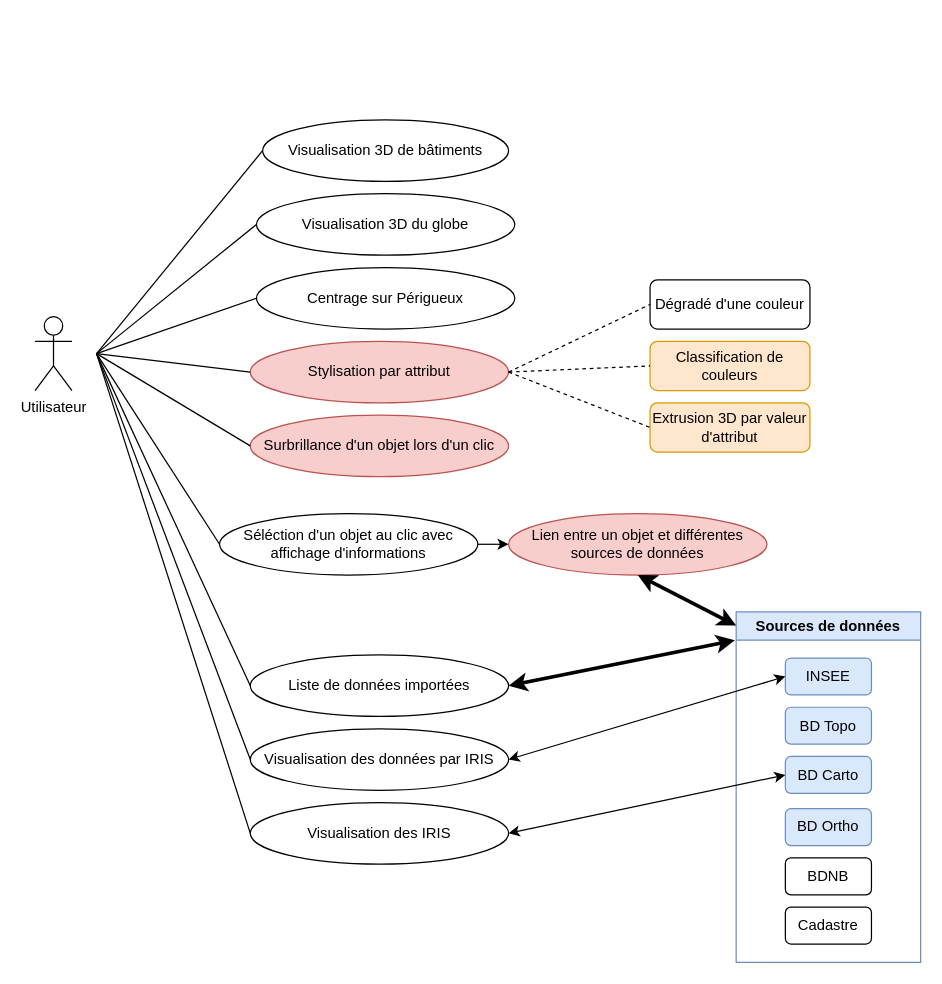
Earlier version of the draw.io diagram Use_case.drawio (EnzoVenon/Gemini_numeriques). Source tidied: cells renumbered, new cells numbered last; positions are measured from the earlier drawing's top-left corner, leaving out a move shared by most shapes. Both pictures are drawn from the tidied source at 123%, with x=0, y=0 at pixel (34, 119).
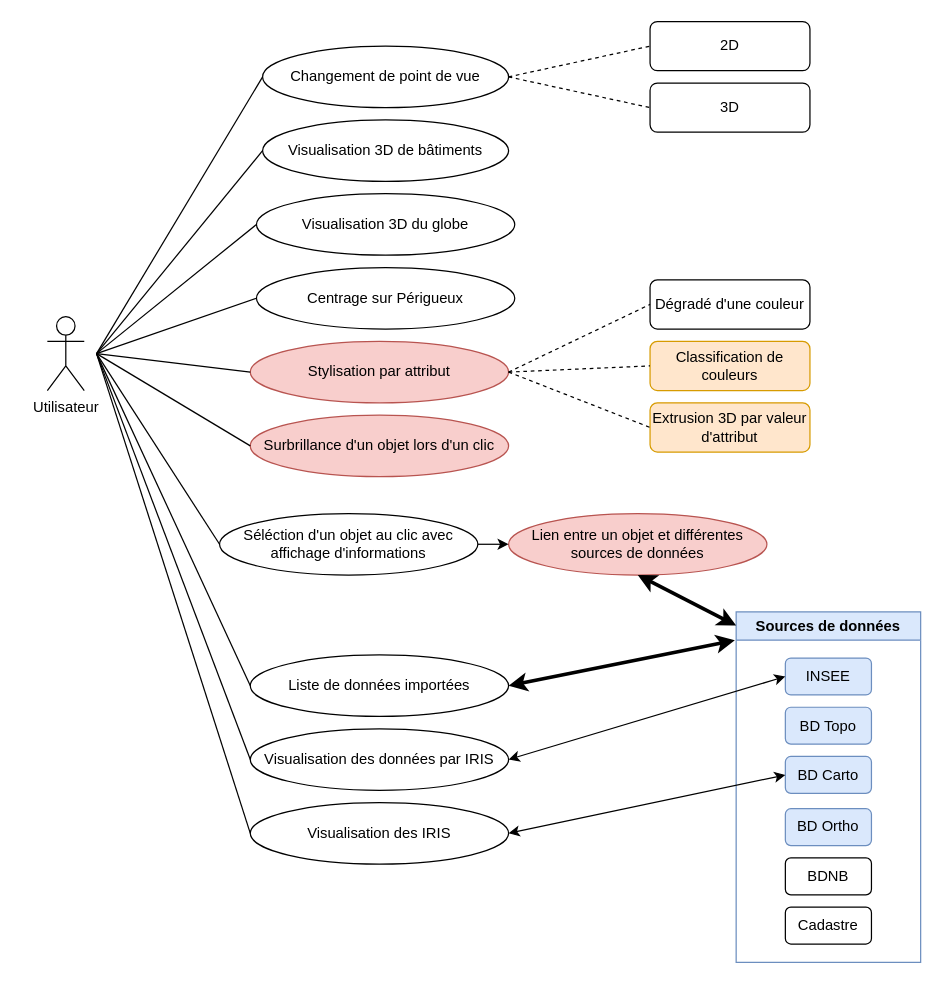
After the change.

Commit message:
Ajout de la fonctionnalité changements 2D-3D

Change to the diagram source:
```diff
@@
     <mxCell id="38" value="Utilisateur" style="shape=umlActor;verticalLabelPosition=bottom;verticalAlign=top;html=1;" parent="1" vertex="1">
-      <mxGeometry y="160" width="30" height="60" as="geometry" />
+      <mxGeometry x="10" y="160" width="30" height="60" as="geometry" />
     </mxCell>
@@
+    <mxCell id="40" value="Changement de point de vue" style="ellipse;whiteSpace=wrap;html=1;" parent="1" vertex="1">
+      <mxGeometry x="185" y="-60" width="200" height="50" as="geometry" />
+    </mxCell>
+    <mxCell id="41" value="2D" style="rounded=1;whiteSpace=wrap;html=1;" parent="1" vertex="1">
+      <mxGeometry x="500" y="-80" width="130" height="40" as="geometry" />
+    </mxCell>
+    <mxCell id="42" value="3D" style="rounded=1;whiteSpace=wrap;html=1;" parent="1" vertex="1">
+      <mxGeometry x="500" y="-30" width="130" height="40" as="geometry" />
+    </mxCell>
+    <mxCell id="43" style="endArrow=none;dashed=1;html=1;rounded=0;entryX=0;entryY=0.5;entryDx=0;entryDy=0;exitX=1;exitY=0.5;exitDx=0;exitDy=0;" parent="1" edge="1" source="40" target="41">
+      <mxGeometry relative="1" as="geometry" />
+    </mxCell>
+    <mxCell id="44" style="endArrow=none;dashed=1;html=1;rounded=0;entryX=0;entryY=0.5;entryDx=0;entryDy=0;exitX=1;exitY=0.5;exitDx=0;exitDy=0;" parent="1" edge="1" source="40" target="42">
+      <mxGeometry relative="1" as="geometry" />
+    </mxCell>
+    <mxCell id="45" style="endArrow=none;html=1;rounded=0;entryX=0;entryY=0.5;entryDx=0;entryDy=0;" parent="1" edge="1" target="40">
+      <mxGeometry relative="1" as="geometry">
+        <mxPoint x="50" y="190" as="sourcePoint" />
+      </mxGeometry>
+    </mxCell>
```
